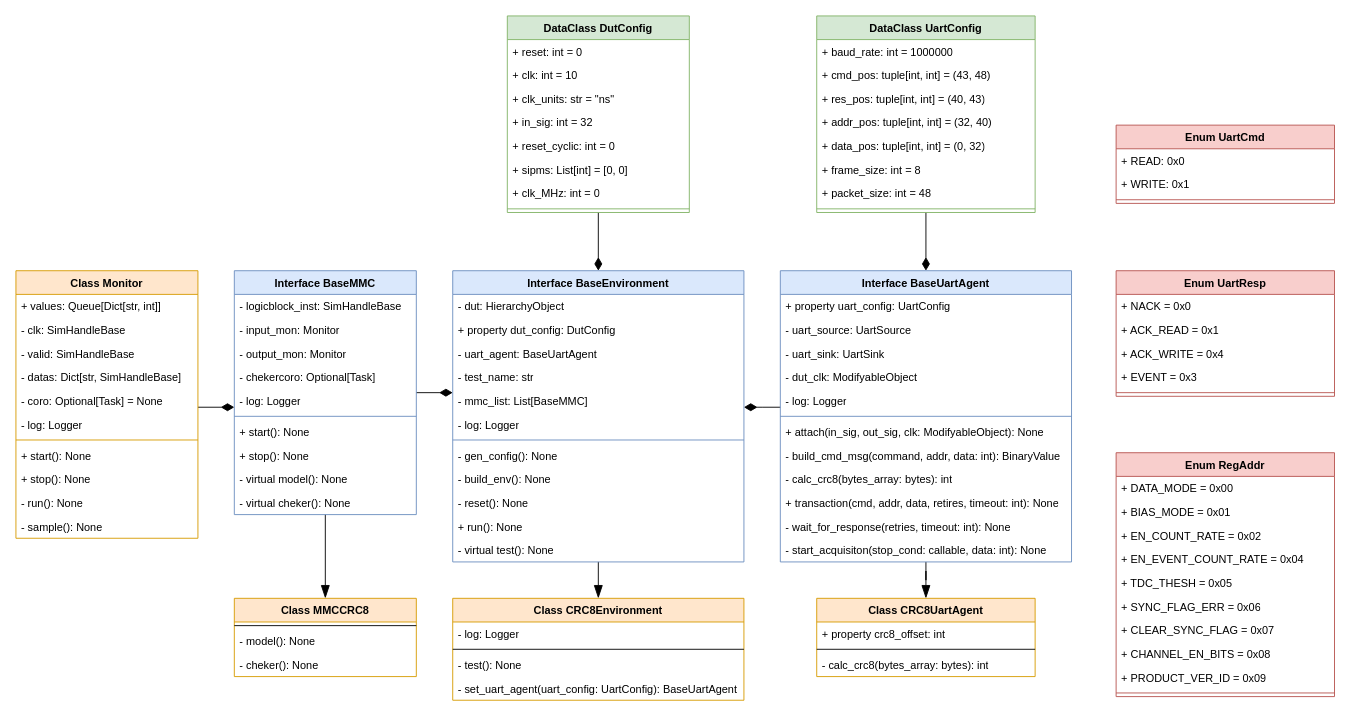
The draw.io diagram UML.drawio in florentcournoyer16/S8APP1, before the edit. Source tidied: cells renumbered, new cells numbered last; positions are measured from the earlier drawing's top-left corner, leaving out a move shared by most shapes. Both pictures are drawn from the tidied source at 91%, with x=0, y=0 at pixel (15, 15).
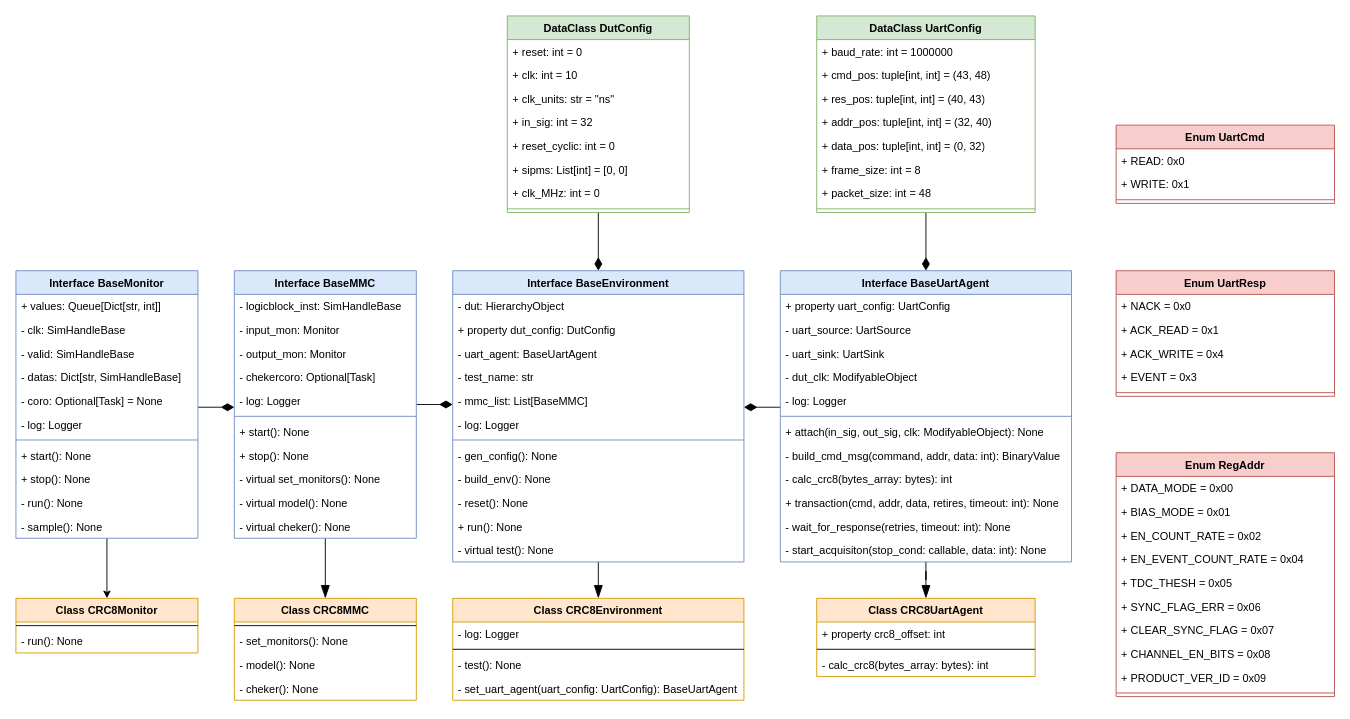
The same page after the edit.

Change to the diagram source:
```diff
@@
+    <mxCell id="111" style="edgeStyle=orthogonalEdgeStyle;rounded=0;jettySize=auto;html=1;" parent="1" edge="1" source="52" target="114">
+      <mxGeometry relative="1" as="geometry" />
+    </mxCell>
-    <mxCell id="52" value="Class Monitor" style="swimlane;fontStyle=1;align=center;verticalAlign=top;horizontal=1;startSize=26;whiteSpace=wrap;html=1;fillColor=#ffe6cc;strokeColor=#d79b00;" parent="1" vertex="1">
+    <mxCell id="52" value="Interface BaseMonitor" style="swimlane;fontStyle=1;align=center;verticalAlign=top;horizontal=1;startSize=26;whiteSpace=wrap;html=1;fillColor=#dae8fc;strokeColor=#6c8ebf;" parent="1" vertex="1">
       <mxGeometry y="280" width="200" height="294" as="geometry" />
     </mxCell>
@@
     <mxCell id="66" value="Interface BaseMMC" style="swimlane;fontStyle=1;align=center;verticalAlign=top;horizontal=1;startSize=26;whiteSpace=wrap;html=1;fillColor=#dae8fc;strokeColor=#6c8ebf;" parent="1" vertex="1">
-      <mxGeometry x="240" y="280" width="200" height="268" as="geometry" />
+      <mxGeometry x="240" y="280" width="200" height="294" as="geometry" />
     </mxCell>
@@
+    <mxCell id="112" value="- virtual set_monitors(): None" style="text;strokeColor=none;fillColor=none;align=left;verticalAlign=top;spacingLeft=4;spacingRight=4;overflow=hidden;whiteSpace=wrap;html=1;" parent="66" vertex="1">
+      <mxGeometry y="216" width="200" height="26" as="geometry" />
+    </mxCell>
     <mxCell id="75" value="- virtual model(): None" style="text;strokeColor=none;fillColor=none;align=left;verticalAlign=top;spacingLeft=4;spacingRight=4;overflow=hidden;whiteSpace=wrap;html=1;" parent="66" vertex="1">
-      <mxGeometry y="216" width="200" height="26" as="geometry" />
+      <mxGeometry y="242" width="200" height="26" as="geometry" />
     </mxCell>
     <mxCell id="76" value="- virtual cheker(): None" style="text;strokeColor=none;fillColor=none;align=left;verticalAlign=top;spacingLeft=4;spacingRight=4;overflow=hidden;whiteSpace=wrap;html=1;" parent="66" vertex="1">
-      <mxGeometry y="242" width="200" height="26" as="geometry" />
+      <mxGeometry y="268" width="200" height="26" as="geometry" />
     </mxCell>
@@
-    <mxCell id="82" value="Class MMCCRC8" style="swimlane;fontStyle=1;align=center;verticalAlign=top;horizontal=1;startSize=26;whiteSpace=wrap;html=1;fillColor=#ffe6cc;strokeColor=#d79b00;" parent="1" vertex="1">
-      <mxGeometry x="240" y="640" width="200" height="86" as="geometry" />
+    <mxCell id="82" value="Class CRC8MMC" style="swimlane;fontStyle=1;align=center;verticalAlign=top;horizontal=1;startSize=26;whiteSpace=wrap;html=1;fillColor=#ffe6cc;strokeColor=#d79b00;" parent="1" vertex="1">
+      <mxGeometry x="240" y="640" width="200" height="112" as="geometry" />
     </mxCell>
@@
+    <mxCell id="113" value="- set_monitors(): None" style="text;align=left;verticalAlign=top;spacingLeft=4;spacingRight=4;overflow=hidden;whiteSpace=wrap;html=1;" parent="82" vertex="1">
+      <mxGeometry y="34" width="200" height="26" as="geometry" />
+    </mxCell>
     <mxCell id="84" value="- model(): None" style="text;align=left;verticalAlign=top;spacingLeft=4;spacingRight=4;overflow=hidden;whiteSpace=wrap;html=1;" parent="82" vertex="1">
-      <mxGeometry y="34" width="200" height="26" as="geometry" />
+      <mxGeometry y="60" width="200" height="26" as="geometry" />
     </mxCell>
     <mxCell id="85" value="- cheker(): None" style="text;align=left;verticalAlign=top;spacingLeft=4;spacingRight=4;overflow=hidden;whiteSpace=wrap;html=1;" parent="82" vertex="1">
-      <mxGeometry y="60" width="200" height="26" as="geometry" />
+      <mxGeometry y="86" width="200" height="26" as="geometry" />
     </mxCell>
@@
+    <mxCell id="114" value="Class CRC8Monitor" style="swimlane;fontStyle=1;align=center;verticalAlign=top;horizontal=1;startSize=26;whiteSpace=wrap;html=1;fillColor=#ffe6cc;strokeColor=#d79b00;" parent="1" vertex="1">
+      <mxGeometry y="640" width="200" height="60" as="geometry" />
+    </mxCell>
+    <mxCell id="115" style="line;strokeWidth=1;align=left;verticalAlign=middle;spacingTop=-1;spacingLeft=3;spacingRight=3;labelPosition=right;" parent="114" vertex="1">
+      <mxGeometry y="26" width="200" height="8" as="geometry" />
+    </mxCell>
+    <mxCell id="116" value="- run(): None" style="text;align=left;verticalAlign=top;spacingLeft=4;spacingRight=4;overflow=hidden;whiteSpace=wrap;html=1;" parent="114" vertex="1">
+      <mxGeometry y="34" width="200" height="26" as="geometry" />
+    </mxCell>
```
